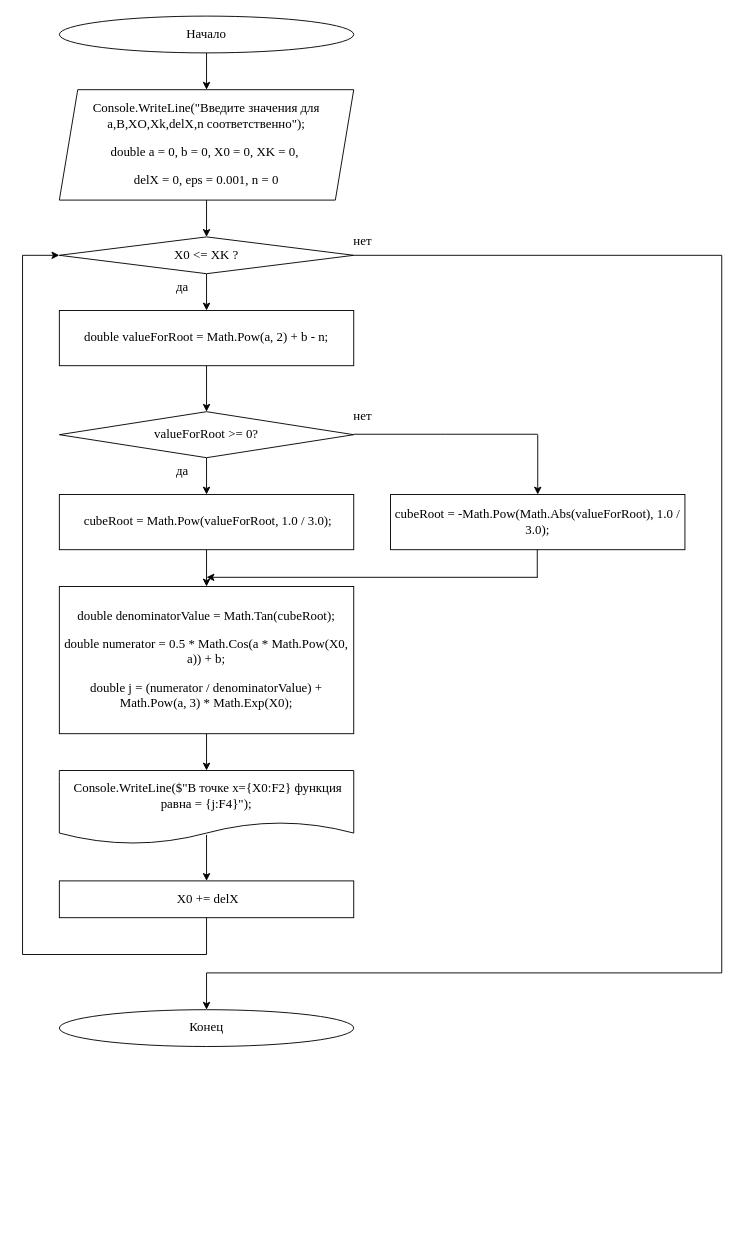
Before: Задание 7.drawio in Dimag11/-, a draw.io diagram. Source tidied: cells renumbered, new cells numbered last; positions are measured from the earlier drawing's top-left corner, leaving out a move shared by most shapes. Both pictures are drawn from the tidied source at 92%, with x=0, y=0 at pixel (22, 16).
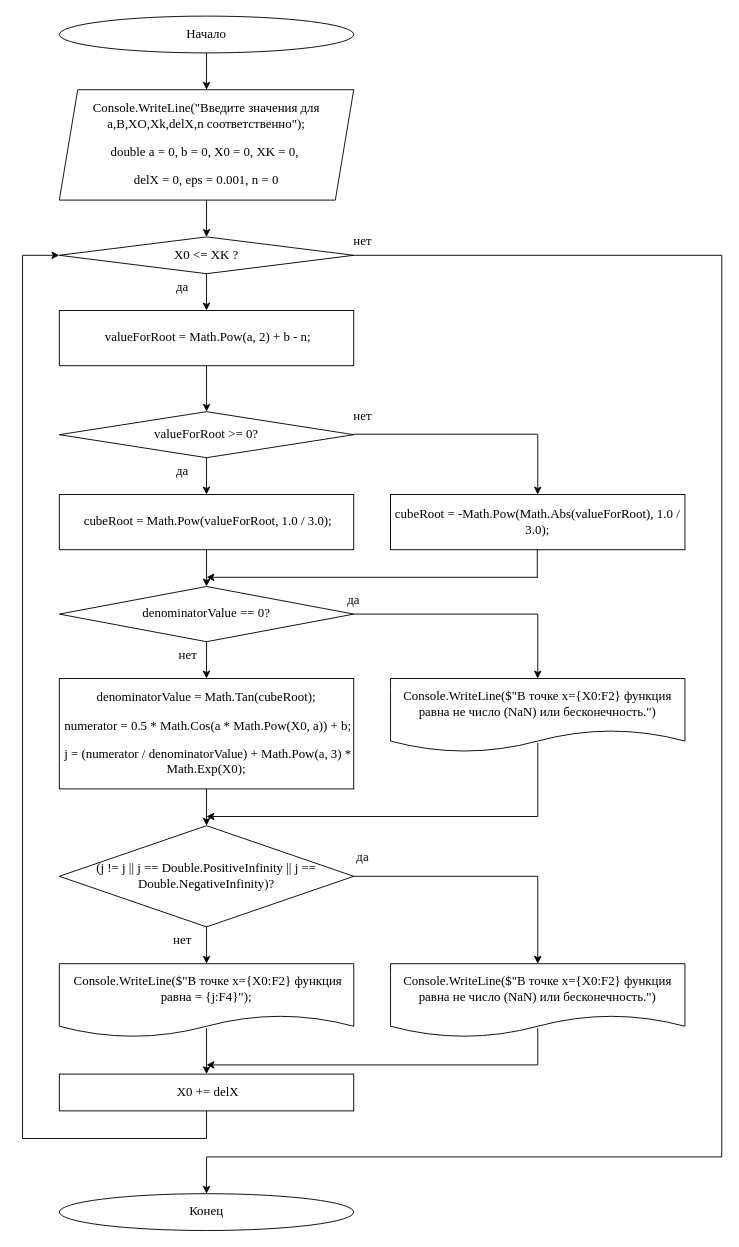
Above is the later version.

The change refers to these unchanged cells:
```xml
<mxCell id="3" value="Начало" style="ellipse;whiteSpace=wrap;html=1;fontFamily=Times New Roman;fontSize=14;" parent="1" vertex="1">
  <mxGeometry x="40" width="320" height="40" as="geometry" />
</mxCell>
<mxCell id="4" value="&lt;p class=&quot;MsoNormal&quot;&gt;&lt;span style=&quot;background: rgb(255, 255, 255);&quot;&gt;Console&lt;/span&gt;&lt;span style=&quot;background: rgb(255, 255, 255);&quot;&gt;.WriteLine(&lt;/span&gt;&lt;span style=&quot;background: rgb(255, 255, 255);&quot;&gt;&quot;Введите значения для a,B,XO,Xk,delX,n соответственно&quot;&lt;/span&gt;&lt;span style=&quot;background: rgb(255, 255, 255);&quot;&gt;);&lt;/span&gt;&lt;/p&gt;&lt;p class=&quot;MsoNormal&quot;&gt;&lt;span style=&quot;color: light-dark(rgb(0, 0, 0), rgb(255, 255, 255)); background: rgb(255, 255, 255);&quot;&gt;double&lt;/span&gt;&lt;span style=&quot;color: light-dark(rgb(0, 0, 0), rgb(255, 255, 255)); background: rgb(255, 255, 255);&quot;&gt;&amp;nbsp;a = 0, b = 0, X0 = 0, XK = 0,&amp;nbsp;&lt;/span&gt;&lt;/p&gt;&lt;p class=&quot;MsoNormal&quot;&gt;&lt;span style=&quot;color: light-dark(rgb(0, 0, 0), rgb(255, 255, 255)); background: rgb(255, 255, 255);&quot;&gt;delX = 0, eps = 0.001, n = 0&lt;/span&gt;&lt;/p&gt;" style="shape=parallelogram;perimeter=parallelogramPerimeter;whiteSpace=wrap;html=1;fixedSize=1;fontFamily=Times New Roman;fontSize=14;" parent="1" vertex="1">
  <mxGeometry x="40" y="80" width="320" height="120" as="geometry" />
</mxCell>
<mxCell id="6" value="X0 &amp;lt;= XK ?" style="rhombus;whiteSpace=wrap;html=1;fontFamily=Times New Roman;fontSize=14;" parent="1" vertex="1">
  <mxGeometry x="40" y="240" width="320" height="40" as="geometry" />
</mxCell>
<mxCell id="17" value="&amp;nbsp;cubeRoot = Math.Pow(valueForRoot, 1.0 / 3.0);" style="rounded=0;whiteSpace=wrap;html=1;fontFamily=Times New Roman;fontSize=14;" parent="1" vertex="1">
  <mxGeometry x="40" y="520" width="320" height="60" as="geometry" />
</mxCell>
```

What changed in the source:
```diff
@@
-    <mxCell id="2" style="edgeStyle=orthogonalEdgeStyle;rounded=0;jettySize=auto;html=1;" parent="1" edge="1" source="3" target="4">
+    <mxCell id="2" style="edgeStyle=orthogonalEdgeStyle;rounded=0;jettySize=auto;html=1;fontFamily=Times New Roman;fontSize=14;" parent="1" edge="1" source="3" target="4">
       <mxGeometry relative="1" as="geometry" />
     </mxCell>
@@
-    <mxCell id="7" style="edgeStyle=orthogonalEdgeStyle;rounded=0;jettySize=auto;html=1;fontFamily=Times New Roman;fontSize=14;" parent="1" edge="1" source="8" target="9">
-      <mxGeometry relative="1" as="geometry" />
-    </mxCell>
+    <mxCell id="37" style="edgeStyle=orthogonalEdgeStyle;rounded=0;jettySize=auto;html=1;fontFamily=Times New Roman;fontSize=14;" parent="1" edge="1" source="8" target="40">
+      <mxGeometry relative="1" as="geometry" />
+    </mxCell>
-    <mxCell id="8" value="&lt;p class=&quot;MsoNormal&quot;&gt;&lt;font&gt;&lt;span style=&quot;background-color: rgb(255, 255, 255);&quot;&gt;double denominatorValue = Math.Tan(cubeRoot);&lt;/span&gt;&lt;/font&gt;&lt;/p&gt;&lt;p class=&quot;MsoNormal&quot;&gt;&lt;font&gt;&lt;span style=&quot;background-color: rgb(255, 255, 255);&quot;&gt;double numerator = 0.5 * Math.Cos(a * Math.Pow(X0, a)) + b;&lt;/span&gt;&lt;/font&gt;&lt;/p&gt;&lt;p class=&quot;MsoNormal&quot;&gt;&lt;font&gt;&lt;span style=&quot;background-color: rgb(255, 255, 255);&quot;&gt;double j = (numerator / denominatorValue) + Math.Pow(a, 3) * Math.Exp(X0);&lt;/span&gt;&lt;/font&gt;&lt;/p&gt;" style="rounded=0;whiteSpace=wrap;html=1;fontFamily=Times New Roman;fontSize=14;" parent="1" vertex="1">
-      <mxGeometry x="40" y="620" width="320" height="160" as="geometry" />
+    <mxCell id="8" value="&lt;p class=&quot;MsoNormal&quot;&gt;&lt;font&gt;&lt;span style=&quot;background-color: rgb(255, 255, 255);&quot;&gt;denominatorValue = Math.Tan(cubeRoot);&lt;/span&gt;&lt;/font&gt;&lt;/p&gt;&lt;p class=&quot;MsoNormal&quot;&gt;&lt;font&gt;&lt;span style=&quot;background-color: rgb(255, 255, 255);&quot;&gt;&amp;nbsp;numerator = 0.5 * Math.Cos(a * Math.Pow(X0, a)) + b;&lt;/span&gt;&lt;/font&gt;&lt;/p&gt;&lt;p class=&quot;MsoNormal&quot;&gt;&lt;font&gt;&lt;span style=&quot;background-color: rgb(255, 255, 255);&quot;&gt;&amp;nbsp;j = (numerator / denominatorValue) + Math.Pow(a, 3) * Math.Exp(X0);&lt;/span&gt;&lt;/font&gt;&lt;/p&gt;" style="rounded=0;whiteSpace=wrap;html=1;fontFamily=Times New Roman;fontSize=14;" parent="1" vertex="1">
+      <mxGeometry x="40" y="720" width="320" height="120" as="geometry" />
     </mxCell>
     <mxCell id="9" value="&lt;p class=&quot;MsoNormal&quot;&gt;&lt;font&gt;&lt;span style=&quot;background: rgb(255, 255, 255);&quot;&gt;&amp;nbsp;&lt;/span&gt;&lt;span style=&quot;background: rgb(255, 255, 255);&quot;&gt;Console&lt;/span&gt;&lt;span style=&quot;background: rgb(255, 255, 255);&quot;&gt;.WriteLine(&lt;/span&gt;&lt;span style=&quot;background: rgb(255, 255, 255);&quot;&gt;$&quot;В точке x=&lt;/span&gt;&lt;span style=&quot;background: rgb(255, 255, 255);&quot;&gt;{X0:&lt;/span&gt;&lt;span style=&quot;background: rgb(255, 255, 255);&quot;&gt;F2&lt;/span&gt;&lt;span style=&quot;background: rgb(255, 255, 255);&quot;&gt;}&lt;/span&gt;&lt;span style=&quot;background: rgb(255, 255, 255);&quot;&gt;&amp;nbsp;функция равна = &lt;/span&gt;&lt;span style=&quot;background: rgb(255, 255, 255);&quot;&gt;{j:&lt;/span&gt;&lt;span style=&quot;background: rgb(255, 255, 255);&quot;&gt;F4&lt;/span&gt;&lt;span style=&quot;background: rgb(255, 255, 255);&quot;&gt;}&lt;/span&gt;&lt;span style=&quot;background: rgb(255, 255, 255);&quot;&gt;&quot;&lt;/span&gt;&lt;span style=&quot;background: rgb(255, 255, 255);&quot;&gt;);&lt;/span&gt;&lt;/font&gt;&lt;span style=&quot;background: rgb(255, 255, 255);&quot;&gt;&lt;/span&gt;&lt;/p&gt;" style="shape=document;whiteSpace=wrap;html=1;boundedLbl=1;fontFamily=Times New Roman;fontSize=14;" parent="1" vertex="1">
-      <mxGeometry x="40" y="820" width="320" height="80" as="geometry" />
+      <mxGeometry x="40" y="1030" width="320" height="80" as="geometry" />
     </mxCell>
     <mxCell id="10" value="&lt;font&gt;&amp;nbsp;X0 += delX&lt;/font&gt;" style="rounded=0;whiteSpace=wrap;html=1;fontFamily=Times New Roman;fontSize=14;" parent="1" vertex="1">
-      <mxGeometry x="40" y="940" width="320" height="40" as="geometry" />
+      <mxGeometry x="40" y="1150" width="320" height="40" as="geometry" />
     </mxCell>
     <mxCell id="11" value="&lt;font&gt;Конец&lt;/font&gt;" style="ellipse;whiteSpace=wrap;html=1;fontFamily=Times New Roman;fontSize=14;" parent="1" vertex="1">
-      <mxGeometry x="40" y="1080" width="320" height="40" as="geometry" />
+      <mxGeometry x="40" y="1280" width="320" height="40" as="geometry" />
     </mxCell>
@@
-    <mxCell id="13" value="&lt;div&gt;double valueForRoot = Math.Pow(a, 2) + b - n;&lt;/div&gt;" style="rounded=0;whiteSpace=wrap;html=1;fontFamily=Times New Roman;fontSize=14;" parent="1" vertex="1">
+    <mxCell id="13" value="&lt;div&gt;&amp;nbsp;valueForRoot = Math.Pow(a, 2) + b - n;&lt;/div&gt;" style="rounded=0;whiteSpace=wrap;html=1;fontFamily=Times New Roman;fontSize=14;" parent="1" vertex="1">
       <mxGeometry x="40" y="320" width="320" height="60" as="geometry" />
     </mxCell>
@@
-    <mxCell id="16" style="edgeStyle=orthogonalEdgeStyle;rounded=0;jettySize=auto;html=1;fontFamily=Times New Roman;fontSize=14;" parent="1" edge="1" source="17" target="8">
-      <mxGeometry relative="1" as="geometry" />
-    </mxCell>
+    <mxCell id="38" style="edgeStyle=orthogonalEdgeStyle;rounded=0;jettySize=auto;html=1;fontFamily=Times New Roman;fontSize=14;" parent="1" edge="1" source="17" target="43">
+      <mxGeometry relative="1" as="geometry" />
+    </mxCell>
@@
-    <mxCell id="21" style="endArrow=classic;html=1;rounded=0;fontFamily=Times New Roman;fontSize=14;" parent="1" edge="1">
-      <mxGeometry relative="1" as="geometry">
-        <mxPoint x="560" y="610" as="sourcePoint" />
-        <mxPoint x="200" y="610" as="targetPoint" />
-      </mxGeometry>
-    </mxCell>
@@
-    <mxCell id="23" style="endArrow=classic;html=1;rounded=0;entryX=0.5;entryY=0;entryDx=0;entryDy=0;fontFamily=Times New Roman;fontSize=14;" parent="1" edge="1" target="10">
-      <mxGeometry relative="1" as="geometry">
-        <mxPoint x="200" y="890" as="sourcePoint" />
-      </mxGeometry>
-    </mxCell>
-    <mxCell id="24" style="endArrow=none;html=1;rounded=0;fontFamily=Times New Roman;fontSize=14;" parent="1" edge="1">
-      <mxGeometry relative="1" as="geometry">
-        <mxPoint x="200" y="1020" as="sourcePoint" />
-        <mxPoint x="200" y="980" as="targetPoint" />
-      </mxGeometry>
-    </mxCell>
-    <mxCell id="25" style="endArrow=none;html=1;rounded=0;fontFamily=Times New Roman;fontSize=14;" parent="1" edge="1">
-      <mxGeometry relative="1" as="geometry">
-        <mxPoint y="1020" as="sourcePoint" />
-        <mxPoint x="200" y="1020" as="targetPoint" />
-      </mxGeometry>
-    </mxCell>
-    <mxCell id="26" style="endArrow=none;html=1;rounded=0;fontFamily=Times New Roman;fontSize=14;" parent="1" edge="1">
-      <mxGeometry relative="1" as="geometry">
-        <mxPoint y="1020" as="sourcePoint" />
-        <mxPoint y="260" as="targetPoint" />
-      </mxGeometry>
-    </mxCell>
@@
-    <mxCell id="28" style="endArrow=none;html=1;rounded=0;fontFamily=Times New Roman;fontSize=14;" parent="1" edge="1">
-      <mxGeometry relative="1" as="geometry">
-        <mxPoint x="360" y="260" as="sourcePoint" />
-        <mxPoint x="760" y="260" as="targetPoint" />
-      </mxGeometry>
-    </mxCell>
-    <mxCell id="29" style="endArrow=none;html=1;rounded=0;fontFamily=Times New Roman;fontSize=14;" parent="1" edge="1">
-      <mxGeometry relative="1" as="geometry">
-        <mxPoint x="760" y="1040" as="sourcePoint" />
-        <mxPoint x="760" y="260" as="targetPoint" />
-      </mxGeometry>
-    </mxCell>
-    <mxCell id="30" style="endArrow=none;html=1;rounded=0;fontFamily=Times New Roman;fontSize=14;" parent="1" edge="1">
-      <mxGeometry relative="1" as="geometry">
-        <mxPoint x="200" y="1040" as="sourcePoint" />
-        <mxPoint x="760" y="1040" as="targetPoint" />
-      </mxGeometry>
-    </mxCell>
-    <mxCell id="31" style="endArrow=classic;html=1;rounded=0;entryX=0.5;entryY=0;entryDx=0;entryDy=0;fontFamily=Times New Roman;fontSize=14;" parent="1" edge="1" target="11">
-      <mxGeometry relative="1" as="geometry">
-        <mxPoint x="200" y="1040" as="sourcePoint" />
-      </mxGeometry>
-    </mxCell>
-    <mxCell id="32" value="&lt;font style=&quot;font-size: 14px;&quot; face=&quot;Times New Roman&quot;&gt;нет&lt;/font&gt;" style="text;html=1;align=center;verticalAlign=middle;whiteSpace=wrap;rounded=0;" parent="1" vertex="1">
+    <mxCell id="32" value="&lt;font&gt;нет&lt;/font&gt;" style="text;html=1;align=center;verticalAlign=middle;whiteSpace=wrap;rounded=0;fontFamily=Times New Roman;fontSize=14;" parent="1" vertex="1">
       <mxGeometry x="340" y="230" width="60" height="30" as="geometry" />
     </mxCell>
-    <mxCell id="33" value="&lt;font style=&quot;font-size: 14px;&quot; face=&quot;Times New Roman&quot;&gt;да&lt;/font&gt;" style="text;html=1;align=center;verticalAlign=middle;whiteSpace=wrap;rounded=0;" parent="1" vertex="1">
+    <mxCell id="33" value="&lt;font&gt;да&lt;/font&gt;" style="text;html=1;align=center;verticalAlign=middle;whiteSpace=wrap;rounded=0;fontFamily=Times New Roman;fontSize=14;" parent="1" vertex="1">
       <mxGeometry x="144" y="280" width="60" height="30" as="geometry" />
     </mxCell>
-    <mxCell id="34" value="&lt;font style=&quot;font-size: 14px;&quot; face=&quot;Times New Roman&quot;&gt;нет&lt;/font&gt;" style="text;html=1;align=center;verticalAlign=middle;whiteSpace=wrap;rounded=0;" parent="1" vertex="1">
+    <mxCell id="34" value="&lt;font&gt;нет&lt;/font&gt;" style="text;html=1;align=center;verticalAlign=middle;whiteSpace=wrap;rounded=0;fontFamily=Times New Roman;fontSize=14;" parent="1" vertex="1">
       <mxGeometry x="340" y="420" width="60" height="30" as="geometry" />
     </mxCell>
-    <mxCell id="35" value="&lt;font style=&quot;font-size: 14px;&quot; face=&quot;Times New Roman&quot;&gt;да&lt;/font&gt;" style="text;html=1;align=center;verticalAlign=middle;whiteSpace=wrap;rounded=0;" parent="1" vertex="1">
+    <mxCell id="35" value="&lt;font&gt;да&lt;/font&gt;" style="text;html=1;align=center;verticalAlign=middle;whiteSpace=wrap;rounded=0;fontFamily=Times New Roman;fontSize=14;" parent="1" vertex="1">
       <mxGeometry x="144" y="480" width="60" height="30" as="geometry" />
     </mxCell>
-    <mxCell id="36" style="endArrow=classic;html=1;rounded=0;entryX=0.5;entryY=0;entryDx=0;entryDy=0;" parent="1" edge="1" target="6">
+    <mxCell id="36" style="endArrow=classic;html=1;rounded=0;entryX=0.5;entryY=0;entryDx=0;entryDy=0;fontFamily=Times New Roman;fontSize=14;" parent="1" edge="1" target="6">
       <mxGeometry relative="1" as="geometry">
         <mxPoint x="200" y="200" as="sourcePoint" />
       </mxGeometry>
     </mxCell>
+    <mxCell id="39" style="edgeStyle=orthogonalEdgeStyle;rounded=0;jettySize=auto;html=1;fontFamily=Times New Roman;fontSize=14;" parent="1" edge="1" source="40" target="9">
+      <mxGeometry relative="1" as="geometry" />
+    </mxCell>
+    <mxCell id="40" value="(j != j || j == Double.PositiveInfinity || j == Double.NegativeInfinity)?" style="rhombus;whiteSpace=wrap;html=1;fontFamily=Times New Roman;fontSize=14;" parent="1" vertex="1">
+      <mxGeometry x="40" y="880" width="320" height="110" as="geometry" />
+    </mxCell>
+    <mxCell id="41" value="&lt;p class=&quot;MsoNormal&quot;&gt;&lt;span style=&quot;background-color: rgb(255, 255, 255);&quot;&gt;Console.WriteLine($&quot;В точке x={X0:F2} функция равна не число (NaN) или бесконечность.&quot;)&lt;/span&gt;&lt;/p&gt;" style="shape=document;whiteSpace=wrap;html=1;boundedLbl=1;fontFamily=Times New Roman;fontSize=14;" parent="1" vertex="1">
+      <mxGeometry x="400" y="1030" width="320" height="80" as="geometry" />
+    </mxCell>
+    <mxCell id="42" style="edgeStyle=orthogonalEdgeStyle;rounded=0;jettySize=auto;html=1;fontFamily=Times New Roman;fontSize=14;" parent="1" edge="1" source="43" target="8">
+      <mxGeometry relative="1" as="geometry" />
+    </mxCell>
+    <mxCell id="43" value="denominatorValue == 0?" style="rhombus;whiteSpace=wrap;html=1;fontFamily=Times New Roman;fontSize=14;" parent="1" vertex="1">
+      <mxGeometry x="40" y="620" width="320" height="60" as="geometry" />
+    </mxCell>
+    <mxCell id="44" value="&lt;p class=&quot;MsoNormal&quot;&gt;&lt;span style=&quot;background-color: rgb(255, 255, 255);&quot;&gt;Console.WriteLine($&quot;В точке x={X0:F2} функция равна не число (NaN) или бесконечность.&quot;)&lt;/span&gt;&lt;/p&gt;" style="shape=document;whiteSpace=wrap;html=1;boundedLbl=1;fontFamily=Times New Roman;fontSize=14;" parent="1" vertex="1">
+      <mxGeometry x="400" y="720" width="320" height="80" as="geometry" />
+    </mxCell>
+    <mxCell id="45" style="endArrow=classic;html=1;rounded=0;fontFamily=Times New Roman;fontSize=14;" parent="1" edge="1">
+      <mxGeometry relative="1" as="geometry">
+        <mxPoint x="560" y="610" as="sourcePoint" />
+        <mxPoint x="200" y="610" as="targetPoint" />
+      </mxGeometry>
+    </mxCell>
+    <mxCell id="46" style="endArrow=none;html=1;rounded=0;fontFamily=Times New Roman;fontSize=14;" parent="1" edge="1">
+      <mxGeometry relative="1" as="geometry">
+        <mxPoint x="360" y="650" as="sourcePoint" />
+        <mxPoint x="560" y="650" as="targetPoint" />
+      </mxGeometry>
+    </mxCell>
+    <mxCell id="47" style="endArrow=classic;html=1;rounded=0;fontFamily=Times New Roman;fontSize=14;" parent="1" edge="1" target="44">
+      <mxGeometry relative="1" as="geometry">
+        <mxPoint x="560" y="650" as="sourcePoint" />
+      </mxGeometry>
+    </mxCell>
+    <mxCell id="48" style="endArrow=none;html=1;rounded=0;fontFamily=Times New Roman;fontSize=14;" parent="1" edge="1">
+      <mxGeometry relative="1" as="geometry">
+        <mxPoint x="360" y="935" as="sourcePoint" />
+        <mxPoint x="560" y="935" as="targetPoint" />
+      </mxGeometry>
+    </mxCell>
+    <mxCell id="49" style="endArrow=classic;html=1;rounded=0;entryX=0.5;entryY=0;entryDx=0;entryDy=0;fontFamily=Times New Roman;fontSize=14;" parent="1" edge="1" target="41">
+      <mxGeometry relative="1" as="geometry">
+        <mxPoint x="560" y="935" as="sourcePoint" />
+      </mxGeometry>
+    </mxCell>
+    <mxCell id="50" style="endArrow=classic;html=1;rounded=0;entryX=0.5;entryY=0;entryDx=0;entryDy=0;fontFamily=Times New Roman;fontSize=14;" parent="1" edge="1" target="10">
+      <mxGeometry relative="1" as="geometry">
+        <mxPoint x="200" y="1100" as="sourcePoint" />
+      </mxGeometry>
+    </mxCell>
+    <mxCell id="51" style="endArrow=none;html=1;rounded=0;fontFamily=Times New Roman;fontSize=14;" parent="1" edge="1">
+      <mxGeometry relative="1" as="geometry">
+        <mxPoint x="560" y="1140" as="sourcePoint" />
+        <mxPoint x="560" y="1100" as="targetPoint" />
+      </mxGeometry>
+    </mxCell>
+    <mxCell id="52" style="endArrow=classic;html=1;rounded=0;fontFamily=Times New Roman;fontSize=14;" parent="1" edge="1">
+      <mxGeometry relative="1" as="geometry">
+        <mxPoint x="560" y="1140" as="sourcePoint" />
+        <mxPoint x="200" y="1140" as="targetPoint" />
+      </mxGeometry>
+    </mxCell>
+    <mxCell id="53" style="endArrow=none;html=1;rounded=0;fontFamily=Times New Roman;fontSize=14;" parent="1" edge="1">
+      <mxGeometry relative="1" as="geometry">
+        <mxPoint x="560" y="870" as="sourcePoint" />
+        <mxPoint x="560" y="790" as="targetPoint" />
+      </mxGeometry>
+    </mxCell>
+    <mxCell id="54" style="endArrow=classic;html=1;rounded=0;fontFamily=Times New Roman;fontSize=14;" parent="1" edge="1">
+      <mxGeometry relative="1" as="geometry">
+        <mxPoint x="560" y="870" as="sourcePoint" />
+        <mxPoint x="200" y="870" as="targetPoint" />
+      </mxGeometry>
+    </mxCell>
+    <mxCell id="55" value="да" style="text;html=1;align=center;verticalAlign=middle;whiteSpace=wrap;rounded=0;fontFamily=Times New Roman;fontSize=14;" parent="1" vertex="1">
+      <mxGeometry x="330" y="620" width="60" height="30" as="geometry" />
+    </mxCell>
+    <mxCell id="56" value="нет" style="text;html=1;align=center;verticalAlign=middle;whiteSpace=wrap;rounded=0;fontFamily=Times New Roman;fontSize=14;" parent="1" vertex="1">
+      <mxGeometry x="150" y="680" width="60" height="30" as="geometry" />
+    </mxCell>
+    <mxCell id="57" value="да" style="text;html=1;align=center;verticalAlign=middle;whiteSpace=wrap;rounded=0;fontFamily=Times New Roman;fontSize=14;" parent="1" vertex="1">
+      <mxGeometry x="340" y="900" width="60" height="30" as="geometry" />
+    </mxCell>
+    <mxCell id="58" value="нет" style="text;html=1;align=center;verticalAlign=middle;whiteSpace=wrap;rounded=0;fontFamily=Times New Roman;fontSize=14;" parent="1" vertex="1">
+      <mxGeometry x="144" y="990" width="60" height="30" as="geometry" />
+    </mxCell>
+    <mxCell id="59" style="endArrow=none;html=1;rounded=0;fontFamily=Times New Roman;fontSize=14;" parent="1" edge="1">
+      <mxGeometry relative="1" as="geometry">
+        <mxPoint y="1220" as="sourcePoint" />
+        <mxPoint x="200" y="1220" as="targetPoint" />
+      </mxGeometry>
+    </mxCell>
+    <mxCell id="60" style="endArrow=none;html=1;rounded=0;fontFamily=Times New Roman;fontSize=14;" parent="1" edge="1">
+      <mxGeometry relative="1" as="geometry">
+        <mxPoint y="1220" as="sourcePoint" />
+        <mxPoint y="260" as="targetPoint" />
+      </mxGeometry>
+    </mxCell>
+    <mxCell id="61" style="endArrow=none;html=1;rounded=0;fontFamily=Times New Roman;fontSize=14;" parent="1" edge="1">
+      <mxGeometry relative="1" as="geometry">
+        <mxPoint x="360" y="260" as="sourcePoint" />
+        <mxPoint x="760" y="260" as="targetPoint" />
+      </mxGeometry>
+    </mxCell>
+    <mxCell id="62" style="endArrow=none;html=1;rounded=0;fontFamily=Times New Roman;fontSize=14;" parent="1" edge="1">
+      <mxGeometry relative="1" as="geometry">
+        <mxPoint x="760" y="1240" as="sourcePoint" />
+        <mxPoint x="760" y="260" as="targetPoint" />
+      </mxGeometry>
+    </mxCell>
+    <mxCell id="63" style="endArrow=none;html=1;rounded=0;fontFamily=Times New Roman;fontSize=14;" parent="1" edge="1">
+      <mxGeometry relative="1" as="geometry">
+        <mxPoint x="200" y="1240" as="sourcePoint" />
+        <mxPoint x="760" y="1240" as="targetPoint" />
+      </mxGeometry>
+    </mxCell>
+    <mxCell id="64" style="endArrow=none;html=1;rounded=0;fontFamily=Times New Roman;fontSize=14;" parent="1" edge="1">
+      <mxGeometry relative="1" as="geometry">
+        <mxPoint x="200" y="1220" as="sourcePoint" />
+        <mxPoint x="200" y="1190" as="targetPoint" />
+      </mxGeometry>
+    </mxCell>
+    <mxCell id="65" style="endArrow=classic;html=1;rounded=0;entryX=0.5;entryY=0;entryDx=0;entryDy=0;fontFamily=Times New Roman;fontSize=14;" parent="1" edge="1" target="11">
+      <mxGeometry relative="1" as="geometry">
+        <mxPoint x="200" y="1240" as="sourcePoint" />
+      </mxGeometry>
+    </mxCell>
```
